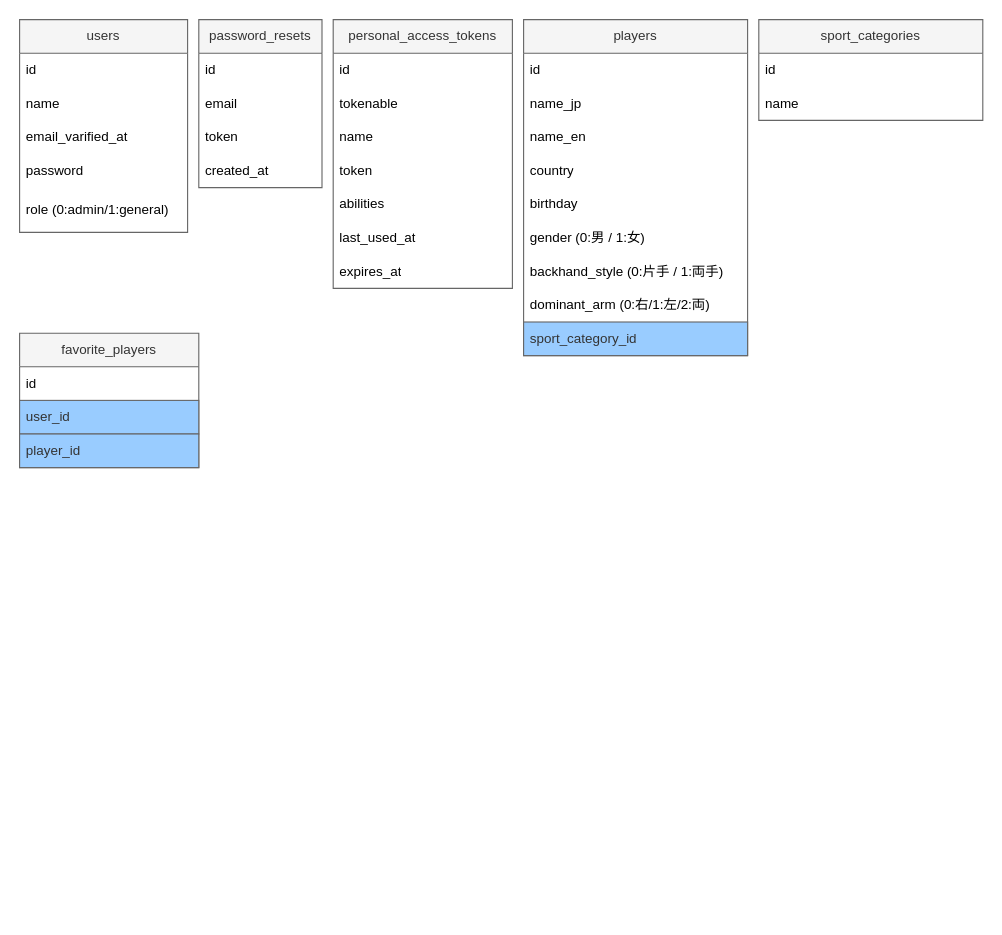
This is .diagram/database.drawio from 0kkun/tennis-track, a draw.io file, before an edit. Source tidied: cells renumbered, new cells numbered last; positions are measured from the earlier drawing's top-left corner, leaving out a move shared by most shapes. Both pictures are drawn from the tidied source at 112%, with x=0, y=0 at pixel (19, 19).
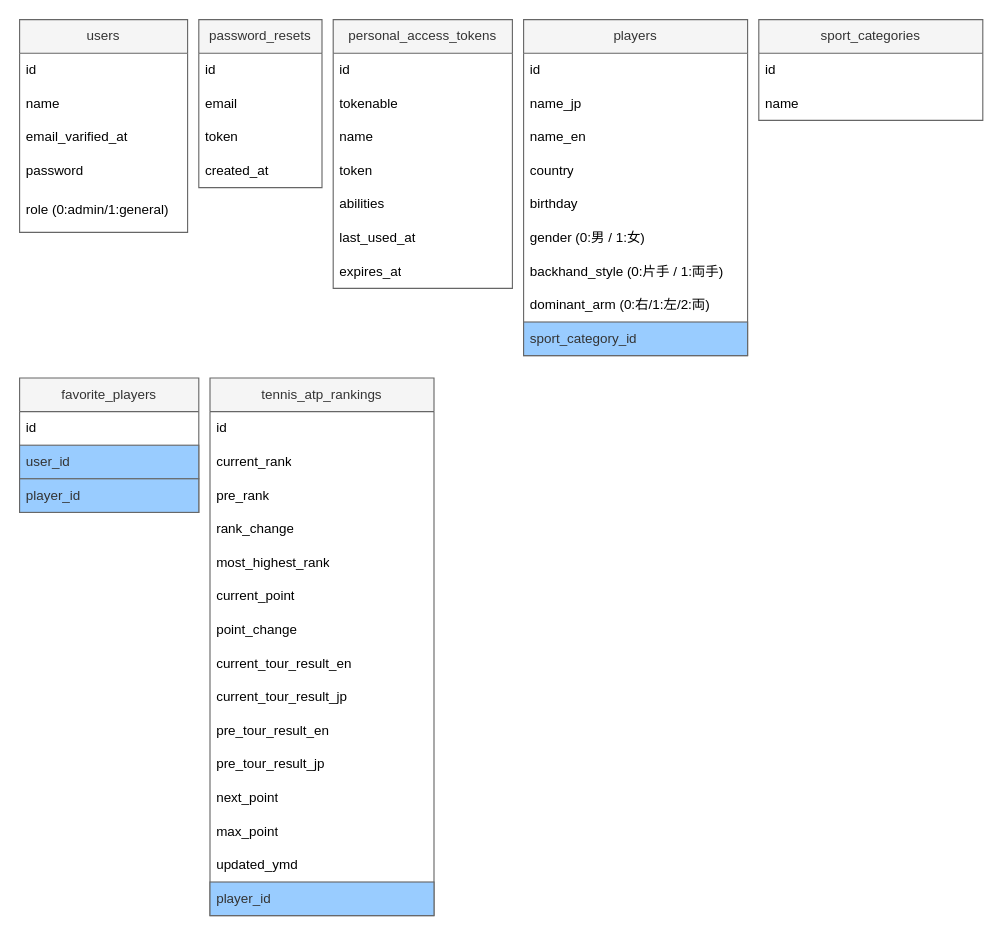
After the change.

What changed in the source:
```diff
@@
     <mxCell id="31" value="favorite_players" style="swimlane;fontStyle=0;horizontal=1;startSize=30;whiteSpace=wrap;html=1;fillStyle=auto;labelBackgroundColor=none;fillColor=#f5f5f5;fontColor=#333333;strokeColor=#666666;" parent="1" vertex="1">
-      <mxGeometry y="280" width="160" height="120" as="geometry" />
+      <mxGeometry y="320" width="160" height="120" as="geometry" />
     </mxCell>
@@
+    <mxCell id="38" value="tennis_atp_rankings" style="swimlane;fontStyle=0;horizontal=1;startSize=30;whiteSpace=wrap;html=1;fillStyle=auto;labelBackgroundColor=none;fillColor=#f5f5f5;fontColor=#333333;strokeColor=#666666;" parent="1" vertex="1">
+      <mxGeometry x="170" y="320" width="200" height="480" as="geometry" />
+    </mxCell>
+    <mxCell id="39" value="id" style="text;strokeColor=none;fillColor=none;align=left;verticalAlign=middle;spacingLeft=4;spacingRight=4;overflow=hidden;whiteSpace=wrap;html=1;fontColor=#000000;" parent="38" vertex="1">
+      <mxGeometry y="30" width="200" height="30" as="geometry" />
+    </mxCell>
+    <mxCell id="40" value="current_rank" style="text;strokeColor=none;fillColor=none;align=left;verticalAlign=middle;spacingLeft=4;spacingRight=4;overflow=hidden;whiteSpace=wrap;html=1;fontColor=#000000;" parent="38" vertex="1">
+      <mxGeometry y="60" width="200" height="30" as="geometry" />
+    </mxCell>
+    <mxCell id="41" value="pre_rank" style="text;strokeColor=none;fillColor=none;align=left;verticalAlign=middle;spacingLeft=4;spacingRight=4;overflow=hidden;whiteSpace=wrap;html=1;fontColor=#000000;" parent="38" vertex="1">
+      <mxGeometry y="90" width="200" height="30" as="geometry" />
+    </mxCell>
+    <mxCell id="42" value="rank_change" style="text;strokeColor=none;fillColor=none;align=left;verticalAlign=middle;spacingLeft=4;spacingRight=4;overflow=hidden;whiteSpace=wrap;html=1;fontColor=#000000;" parent="38" vertex="1">
+      <mxGeometry y="120" width="200" height="30" as="geometry" />
+    </mxCell>
+    <mxCell id="43" value="most_highest_rank" style="text;strokeColor=none;fillColor=none;align=left;verticalAlign=middle;spacingLeft=4;spacingRight=4;overflow=hidden;whiteSpace=wrap;html=1;fontColor=#000000;" parent="38" vertex="1">
+      <mxGeometry y="150" width="200" height="30" as="geometry" />
+    </mxCell>
+    <mxCell id="44" value="current_point" style="text;strokeColor=none;fillColor=none;align=left;verticalAlign=middle;spacingLeft=4;spacingRight=4;overflow=hidden;whiteSpace=wrap;html=1;fontColor=#000000;" parent="38" vertex="1">
+      <mxGeometry y="180" width="200" height="30" as="geometry" />
+    </mxCell>
+    <mxCell id="45" value="point_change" style="text;strokeColor=none;fillColor=none;align=left;verticalAlign=middle;spacingLeft=4;spacingRight=4;overflow=hidden;whiteSpace=wrap;html=1;fontColor=#000000;" parent="38" vertex="1">
+      <mxGeometry y="210" width="200" height="30" as="geometry" />
+    </mxCell>
+    <mxCell id="46" value="current_tour_result_en" style="text;strokeColor=none;fillColor=none;align=left;verticalAlign=middle;spacingLeft=4;spacingRight=4;overflow=hidden;whiteSpace=wrap;html=1;fontColor=#000000;" parent="38" vertex="1">
+      <mxGeometry y="240" width="200" height="30" as="geometry" />
+    </mxCell>
+    <mxCell id="47" value="current_tour_result_jp" style="text;strokeColor=none;fillColor=none;align=left;verticalAlign=middle;spacingLeft=4;spacingRight=4;overflow=hidden;whiteSpace=wrap;html=1;fontColor=#000000;" parent="38" vertex="1">
+      <mxGeometry y="270" width="200" height="30" as="geometry" />
+    </mxCell>
+    <mxCell id="48" value="pre_tour_result_en" style="text;strokeColor=none;fillColor=none;align=left;verticalAlign=middle;spacingLeft=4;spacingRight=4;overflow=hidden;whiteSpace=wrap;html=1;fontColor=#000000;" parent="38" vertex="1">
+      <mxGeometry y="300" width="200" height="30" as="geometry" />
+    </mxCell>
+    <mxCell id="49" value="pre_tour_result_jp" style="text;strokeColor=none;fillColor=none;align=left;verticalAlign=middle;spacingLeft=4;spacingRight=4;overflow=hidden;whiteSpace=wrap;html=1;fontColor=#000000;" parent="38" vertex="1">
+      <mxGeometry y="330" width="200" height="30" as="geometry" />
+    </mxCell>
+    <mxCell id="50" value="next_point" style="text;strokeColor=none;fillColor=none;align=left;verticalAlign=middle;spacingLeft=4;spacingRight=4;overflow=hidden;whiteSpace=wrap;html=1;fontColor=#000000;" parent="38" vertex="1">
+      <mxGeometry y="360" width="200" height="30" as="geometry" />
+    </mxCell>
+    <mxCell id="51" value="max_point" style="text;strokeColor=none;fillColor=none;align=left;verticalAlign=middle;spacingLeft=4;spacingRight=4;overflow=hidden;whiteSpace=wrap;html=1;fontColor=#000000;" parent="38" vertex="1">
+      <mxGeometry y="390" width="200" height="30" as="geometry" />
+    </mxCell>
+    <mxCell id="52" value="updated_ymd" style="text;strokeColor=none;fillColor=none;align=left;verticalAlign=middle;spacingLeft=4;spacingRight=4;overflow=hidden;whiteSpace=wrap;html=1;fontColor=#000000;" parent="38" vertex="1">
+      <mxGeometry y="420" width="200" height="30" as="geometry" />
+    </mxCell>
+    <mxCell id="53" value="player_id" style="text;strokeColor=#666666;fillColor=#99CCFF;align=left;verticalAlign=middle;spacingLeft=4;spacingRight=4;overflow=hidden;whiteSpace=wrap;html=1;fontColor=#333333;" parent="38" vertex="1">
+      <mxGeometry y="450" width="200" height="30" as="geometry" />
+    </mxCell>
```
